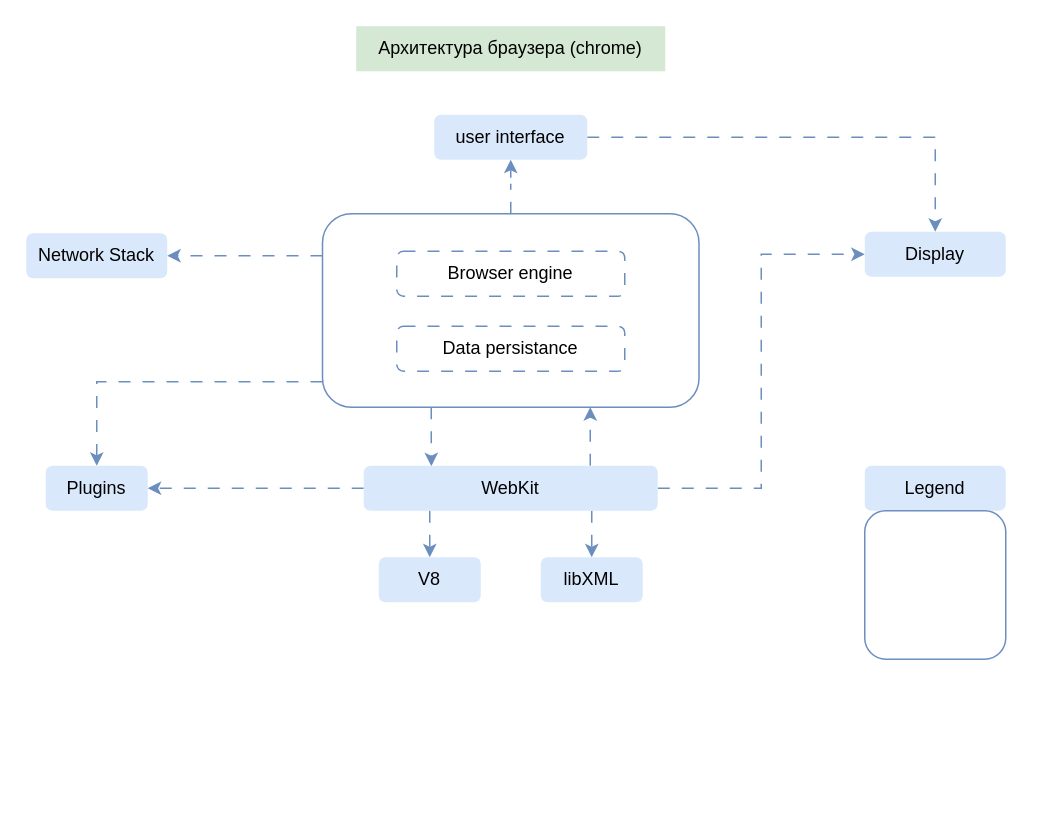
The draw.io diagram page "Chrome" (2 of 4) of Web/Browser.drawio in orlov-oleg-developer/uml-diagrams, before the edit. Source tidied: cells renumbered, new cells numbered last; positions are measured from the earlier drawing's top-left corner, leaving out a move shared by most shapes. Both pictures are drawn from the tidied source at 150%, with x=0, y=0 at pixel (26, 26).
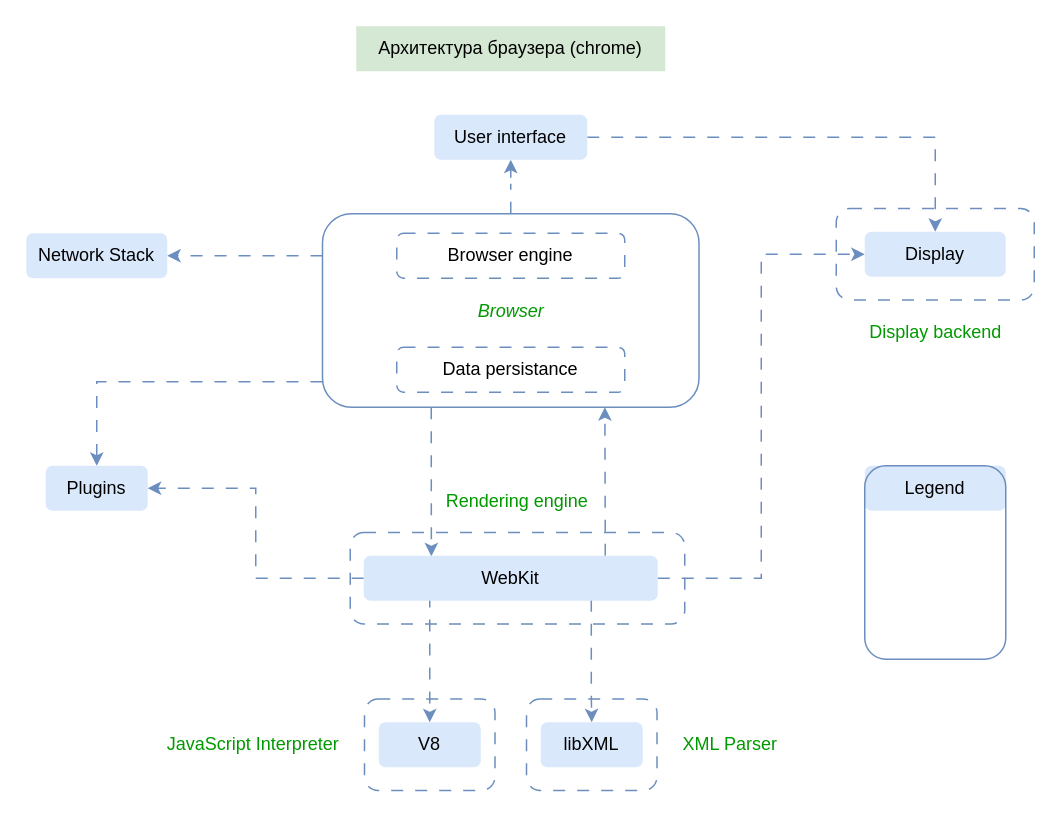
Above is the later version.

Diff of the diagram source:
```diff
@@
+    <mxCell id="25" style="text;html=1;strokeColor=#6C8EBF;fillColor=none;align=center;verticalAlign=middle;whiteSpace=wrap;rounded=1;dashed=1;dashPattern=8 8;" parent="1" vertex="1">
+      <mxGeometry x="216" y="337.5" width="223" height="61" as="geometry" />
+    </mxCell>
@@
-    <mxCell id="6" style="rounded=1;whiteSpace=wrap;html=1;align=center;fillColor=none;strokeColor=#6c8ebf;" parent="1" vertex="1">
+    <mxCell id="6" value="&lt;i&gt;&lt;font color=&quot;#009900&quot;&gt;Browser&lt;/font&gt;&lt;/i&gt;" style="rounded=1;whiteSpace=wrap;html=1;align=center;fillColor=none;strokeColor=#6c8ebf;" parent="1" vertex="1">
       <mxGeometry x="197.5" y="125" width="251" height="129" as="geometry" />
     </mxCell>
@@
-    <mxCell id="9" value="user interface" style="text;html=1;strokeColor=none;fillColor=#dae8fc;align=center;verticalAlign=middle;whiteSpace=wrap;rounded=1;" parent="1" vertex="1">
+    <mxCell id="9" value="User interface" style="text;html=1;strokeColor=none;fillColor=#dae8fc;align=center;verticalAlign=middle;whiteSpace=wrap;rounded=1;" parent="1" vertex="1">
       <mxGeometry x="272" y="59" width="102" height="30" as="geometry" />
     </mxCell>
     <mxCell id="10" value="Browser engine" style="text;html=1;strokeColor=#6C8EBF;fillColor=none;align=center;verticalAlign=middle;whiteSpace=wrap;rounded=1;dashed=1;dashPattern=8 8;" parent="1" vertex="1">
-      <mxGeometry x="247" y="150" width="152" height="30" as="geometry" />
+      <mxGeometry x="247" y="138" width="152" height="30" as="geometry" />
     </mxCell>
     <mxCell id="11" value="Data persistance" style="text;html=1;strokeColor=#6C8EBF;fillColor=none;align=center;verticalAlign=middle;whiteSpace=wrap;rounded=1;dashed=1;dashPattern=8 8;" parent="1" vertex="1">
-      <mxGeometry x="247" y="200" width="152" height="30" as="geometry" />
+      <mxGeometry x="247" y="214" width="152" height="30" as="geometry" />
     </mxCell>
@@
-    <mxCell id="15" style="edgeStyle=orthogonalEdgeStyle;shape=connector;rounded=0;jettySize=auto;html=1;entryX=0.5;entryY=0;entryDx=0;entryDy=0;dashed=1;dashPattern=8 8;labelBackgroundColor=default;strokeColor=#6c8ebf;align=center;verticalAlign=middle;fontFamily=Helvetica;fontSize=11;fontColor=default;endArrow=classic;fillColor=#dae8fc;" parent="1" edge="1" source="19" target="20">
+    <mxCell id="15" style="edgeStyle=orthogonalEdgeStyle;shape=connector;rounded=0;jettySize=auto;html=1;entryX=0.5;entryY=0;entryDx=0;entryDy=0;dashed=1;dashPattern=8 8;labelBackgroundColor=default;strokeColor=#6c8ebf;align=center;verticalAlign=middle;fontFamily=Helvetica;fontSize=11;fontColor=default;endArrow=classic;fillColor=#dae8fc;exitX=0.214;exitY=0.949;exitDx=0;exitDy=0;exitPerimeter=0;" parent="1" edge="1" source="19" target="20">
       <mxGeometry relative="1" as="geometry">
         <Array as="points">
-          <mxPoint x="269" y="341" />
-          <mxPoint x="269" y="341" />
+          <mxPoint x="269" y="382" />
         </Array>
       </mxGeometry>
     </mxCell>
-    <mxCell id="16" style="edgeStyle=orthogonalEdgeStyle;shape=connector;rounded=0;jettySize=auto;html=1;entryX=0.5;entryY=0;entryDx=0;entryDy=0;dashed=1;dashPattern=8 8;labelBackgroundColor=default;strokeColor=#6c8ebf;align=center;verticalAlign=middle;fontFamily=Helvetica;fontSize=11;fontColor=default;endArrow=classic;fillColor=#dae8fc;" parent="1" edge="1" source="19" target="21">
+    <mxCell id="16" style="edgeStyle=orthogonalEdgeStyle;shape=connector;rounded=0;jettySize=auto;html=1;entryX=0.5;entryY=0;entryDx=0;entryDy=0;dashed=1;dashPattern=8 8;labelBackgroundColor=default;strokeColor=#6c8ebf;align=center;verticalAlign=middle;fontFamily=Helvetica;fontSize=11;fontColor=default;endArrow=classic;fillColor=#dae8fc;exitX=0.774;exitY=0.98;exitDx=0;exitDy=0;exitPerimeter=0;" parent="1" edge="1" source="19" target="21">
       <mxGeometry relative="1" as="geometry">
         <Array as="points">
-          <mxPoint x="377" y="335" />
-          <mxPoint x="377" y="335" />
+          <mxPoint x="377" y="445" />
+          <mxPoint x="377" y="445" />
         </Array>
       </mxGeometry>
     </mxCell>
-    <mxCell id="17" style="edgeStyle=orthogonalEdgeStyle;shape=connector;rounded=0;jettySize=auto;html=1;dashed=1;dashPattern=8 8;labelBackgroundColor=default;strokeColor=#6c8ebf;align=center;verticalAlign=middle;fontFamily=Helvetica;fontSize=11;fontColor=default;endArrow=classic;fillColor=#dae8fc;" parent="1" edge="1" source="19">
-      <mxGeometry relative="1" as="geometry">
-        <mxPoint x="376" y="254" as="targetPoint" />
-        <Array as="points">
-          <mxPoint x="376" y="254" />
-        </Array>
-      </mxGeometry>
-    </mxCell>
@@
+    <mxCell id="26" style="edgeStyle=orthogonalEdgeStyle;rounded=0;jettySize=auto;html=1;entryX=0.75;entryY=1;entryDx=0;entryDy=0;strokeColor=#6c8ebf;dashed=1;dashPattern=8 8;fillColor=#dae8fc;" parent="1" edge="1" source="19" target="6">
+      <mxGeometry relative="1" as="geometry">
+        <Array as="points">
+          <mxPoint x="386" y="341" />
+          <mxPoint x="386" y="341" />
+        </Array>
+      </mxGeometry>
+    </mxCell>
     <mxCell id="19" value="WebKit" style="text;html=1;strokeColor=none;fillColor=#dae8fc;align=center;verticalAlign=middle;whiteSpace=wrap;rounded=1;" parent="1" vertex="1">
-      <mxGeometry x="225" y="293" width="196" height="30" as="geometry" />
+      <mxGeometry x="225" y="353" width="196" height="30" as="geometry" />
     </mxCell>
     <mxCell id="20" value="V8" style="text;html=1;strokeColor=none;fillColor=#dae8fc;align=center;verticalAlign=middle;whiteSpace=wrap;rounded=1;" parent="1" vertex="1">
-      <mxGeometry x="235" y="354" width="68" height="30" as="geometry" />
+      <mxGeometry x="235" y="464" width="68" height="30" as="geometry" />
     </mxCell>
     <mxCell id="21" value="libXML" style="text;html=1;strokeColor=none;fillColor=#dae8fc;align=center;verticalAlign=middle;whiteSpace=wrap;rounded=1;" parent="1" vertex="1">
-      <mxGeometry x="343" y="354" width="68" height="30" as="geometry" />
+      <mxGeometry x="343" y="464" width="68" height="30" as="geometry" />
     </mxCell>
@@
     <mxCell id="24" style="text;html=1;strokeColor=#6c8ebf;fillColor=none;align=center;verticalAlign=middle;whiteSpace=wrap;rounded=1;" parent="1" vertex="1">
-      <mxGeometry x="559" y="323" width="94" height="99" as="geometry" />
+      <mxGeometry x="559" y="293" width="94" height="129" as="geometry" />
     </mxCell>
+    <mxCell id="27" style="text;html=1;strokeColor=#6C8EBF;fillColor=none;align=center;verticalAlign=middle;whiteSpace=wrap;rounded=1;dashed=1;dashPattern=8 8;" parent="1" vertex="1">
+      <mxGeometry x="225.5" y="448.5" width="87" height="61" as="geometry" />
+    </mxCell>
+    <mxCell id="28" value="&lt;font&gt;JavaScript Interpreter&lt;/font&gt;" style="text;html=1;strokeColor=none;fillColor=none;align=center;verticalAlign=middle;whiteSpace=wrap;rounded=0;fontColor=#009900;" parent="1" vertex="1">
+      <mxGeometry x="83" y="464" width="137" height="30" as="geometry" />
+    </mxCell>
+    <mxCell id="29" style="text;html=1;strokeColor=#6C8EBF;fillColor=none;align=center;verticalAlign=middle;whiteSpace=wrap;rounded=1;dashed=1;dashPattern=8 8;" parent="1" vertex="1">
+      <mxGeometry x="333.5" y="448.5" width="87" height="61" as="geometry" />
+    </mxCell>
+    <mxCell id="30" value="&lt;font&gt;XML Parser&lt;/font&gt;" style="text;html=1;strokeColor=none;fillColor=none;align=center;verticalAlign=middle;whiteSpace=wrap;rounded=0;fontColor=#009900;" parent="1" vertex="1">
+      <mxGeometry x="400.5" y="464" width="137" height="30" as="geometry" />
+    </mxCell>
+    <mxCell id="31" value="&lt;font color=&quot;#009900&quot;&gt;Rendering engine&lt;/font&gt;" style="text;html=1;strokeColor=none;fillColor=none;align=center;verticalAlign=middle;whiteSpace=wrap;rounded=0;" parent="1" vertex="1">
+      <mxGeometry x="258.5" y="302" width="137" height="30" as="geometry" />
+    </mxCell>
+    <mxCell id="32" style="text;html=1;strokeColor=#6C8EBF;fillColor=none;align=center;verticalAlign=middle;whiteSpace=wrap;rounded=1;dashed=1;dashPattern=8 8;" parent="1" vertex="1">
+      <mxGeometry x="540" y="121.5" width="132" height="61" as="geometry" />
+    </mxCell>
+    <mxCell id="33" value="&lt;font&gt;Display backend&lt;/font&gt;" style="text;html=1;strokeColor=none;fillColor=none;align=center;verticalAlign=middle;whiteSpace=wrap;rounded=0;fontColor=#009900;" parent="1" vertex="1">
+      <mxGeometry x="537.5" y="189" width="137" height="30" as="geometry" />
+    </mxCell>
```
